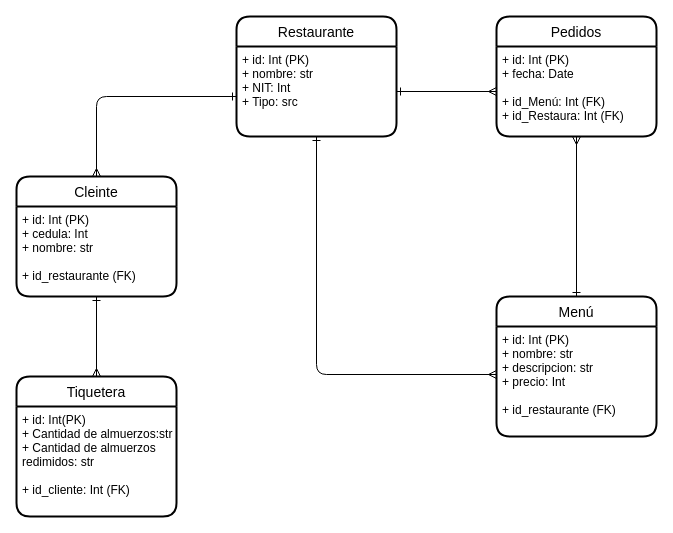
Above: E-R.drawio in GiBsyGG/ppi_05 (draw.io), before the change. Source tidied: cells renumbered, new cells numbered last; positions are measured from the earlier drawing's top-left corner, leaving out a move shared by most shapes. Both pictures are drawn from the tidied source at 100%, with x=0, y=0 at pixel (16, 16).
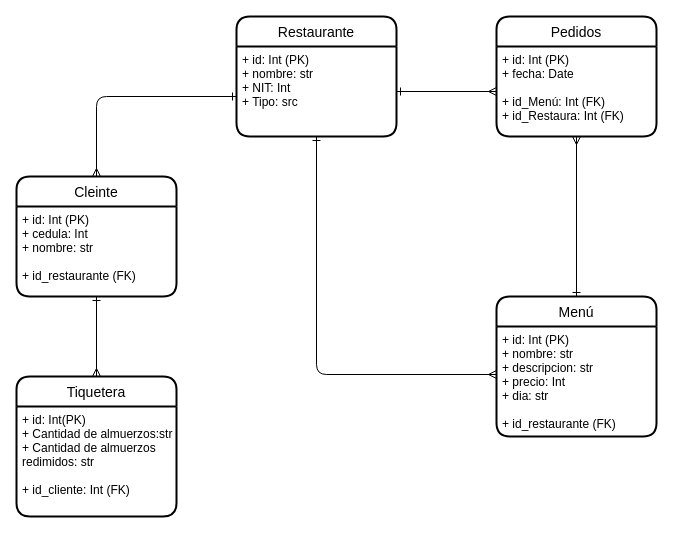
After the change.

The change refers to these unchanged cells:
```xml
<mxCell id="7" value="Menú" style="swimlane;horizontal=1;startSize=30;rounded=1;fontSize=14;fontStyle=0;strokeWidth=2;shadow=0;dashed=0;align=center;" parent="1" vertex="1">
  <mxGeometry x="480" y="280" width="160" height="140" as="geometry" />
</mxCell>
```

Change to the diagram source:
```diff
@@
-    <mxCell id="9" value="+ id: Int (PK)&#10;+ nombre: str&#10;+ descripcion: str&#10;+ precio: Int&#10;&#10;+ id_restaurante (FK)" style="align=left;strokeColor=none;fillColor=none;spacingLeft=4;fontSize=12;verticalAlign=top;" parent="7" vertex="1">
+    <mxCell id="9" value="+ id: Int (PK)&#10;+ nombre: str&#10;+ descripcion: str&#10;+ precio: Int&#10;+ dia: str&#10;&#10;+ id_restaurante (FK)" style="align=left;strokeColor=none;fillColor=none;spacingLeft=4;fontSize=12;verticalAlign=top;" parent="7" vertex="1">
       <mxGeometry y="30" width="160" height="110" as="geometry" />
     </mxCell>
```
